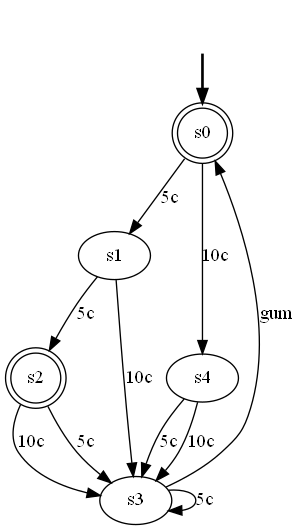
Above: Outputs/file3.gv.png in MohammadMahdiJavid/TLA_FSM (Graphviz), before the change. Its source is kept beside it as Outputs/file3.gv. Its diagram source:
```dot
digraph {
	fake [style=invisible]
	s1
	s2 [shape=doublecircle]
	s4
	s0 [root=true shape=doublecircle]
	s3
	fake -> s0 [style=bold]
	s0 -> s1 [label="5c"]
	s0 -> s4 [label="10c"]
	s1 -> s2 [label="5c"]
	s1 -> s3 [label="10c"]
	s4 -> s3 [label="5c"]
	s4 -> s3 [label="10c"]
	s2 -> s3 [label="10c"]
	s2 -> s3 [label="5c"]
	s3 -> s3 [label="5c"]
	s3 -> s0 [label=gum]
}
```
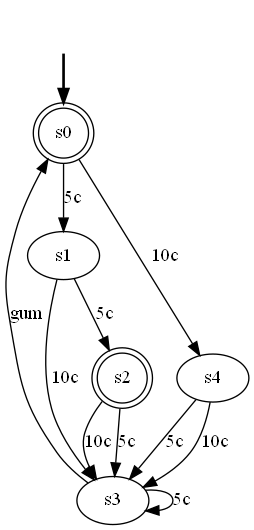
The same file after the commit.

The edit, as a diff of the source:
```diff
@@ -1,10 +1,10 @@
 digraph {
 	fake [style=invisible]
+	s3
+	s2 [shape=doublecircle]
 	s1
-	s2 [shape=doublecircle]
 	s4
 	s0 [root=true shape=doublecircle]
-	s3
 	fake -> s0 [style=bold]
 	s0 -> s1 [label="5c"]
 	s0 -> s4 [label="10c"]
```
